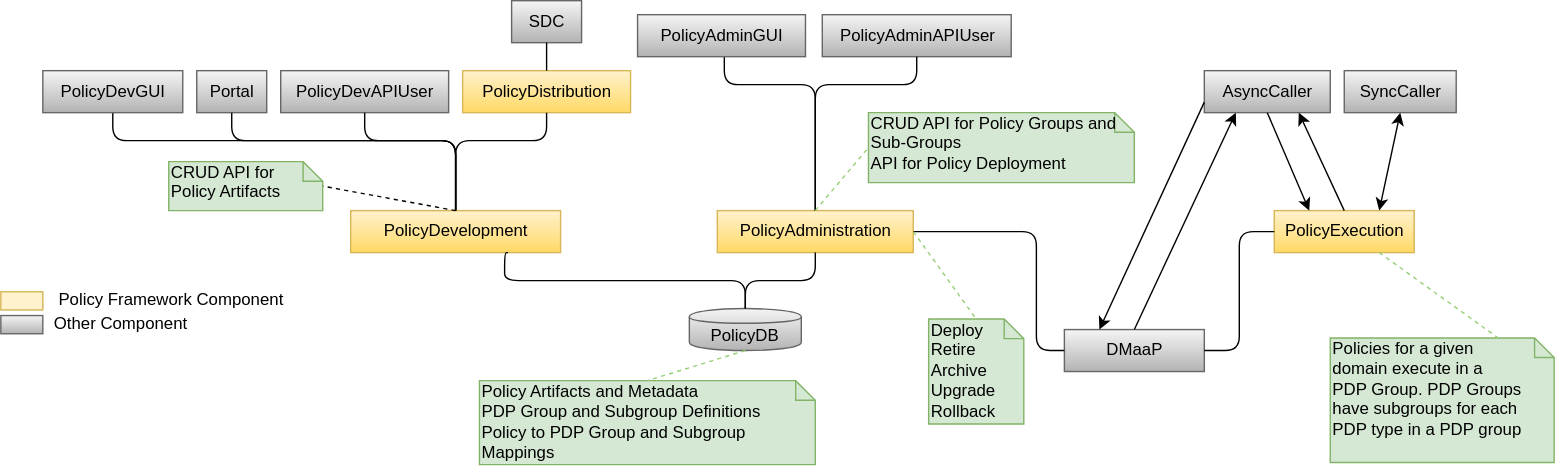
The draw.io diagram docs/architecture/images/PFDesignAndAdmin.svg in onap/policy-parent, before a commit. Source tidied: cells renumbered, new cells last; positions are measured from the earlier drawing's top-left corner, leaving out a move shared by most shapes.
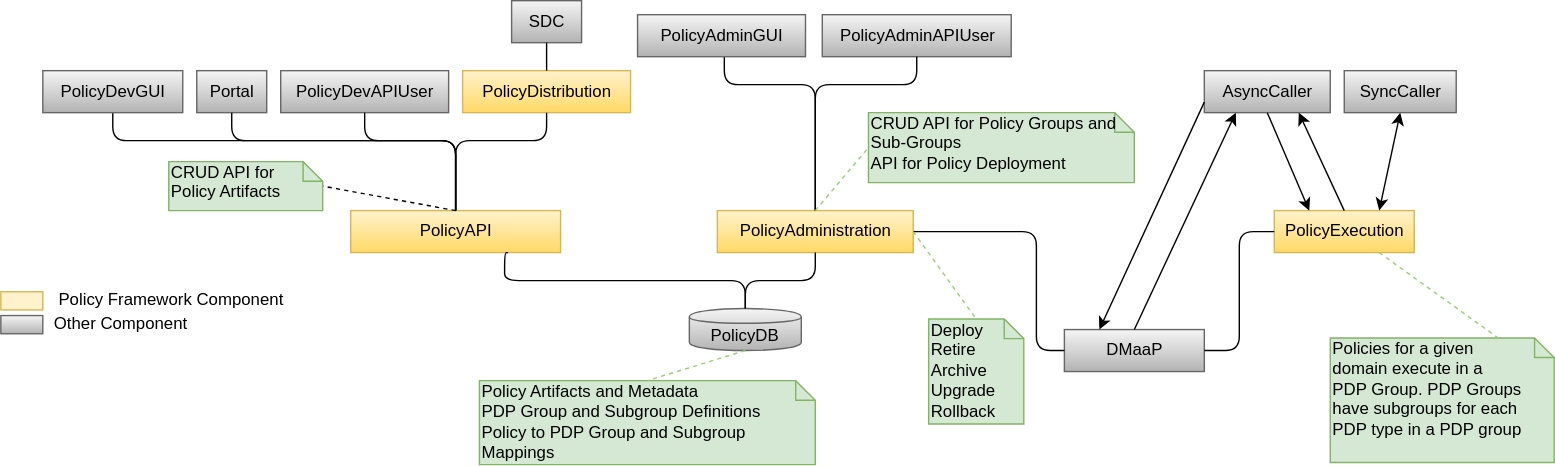
After the commit.

Commit message:
Repalce PolicyDevelopment with PolicyAPI in docs

Change to the diagram source:
```diff
@@ -2,7 +2,7 @@
   <root>
     <mxCell id="0" />
     <mxCell id="1" parent="0" />
-    <mxCell id="2" value="PolicyDevelopment" style="html=1;fillColor=#fff2cc;strokeColor=#d6b656;gradientColor=#ffd966;" parent="1" vertex="1">
+    <mxCell id="2" value="PolicyAPI" style="html=1;fillColor=#fff2cc;strokeColor=#d6b656;gradientColor=#ffd966;" parent="1" vertex="1">
       <mxGeometry x="250" y="150" width="150" height="30" as="geometry" />
     </mxCell>
     <mxCell id="3" value="Portal" style="html=1;fillColor=#f5f5f5;strokeColor=#666666;gradientColor=#b3b3b3;" parent="1" vertex="1">
```
